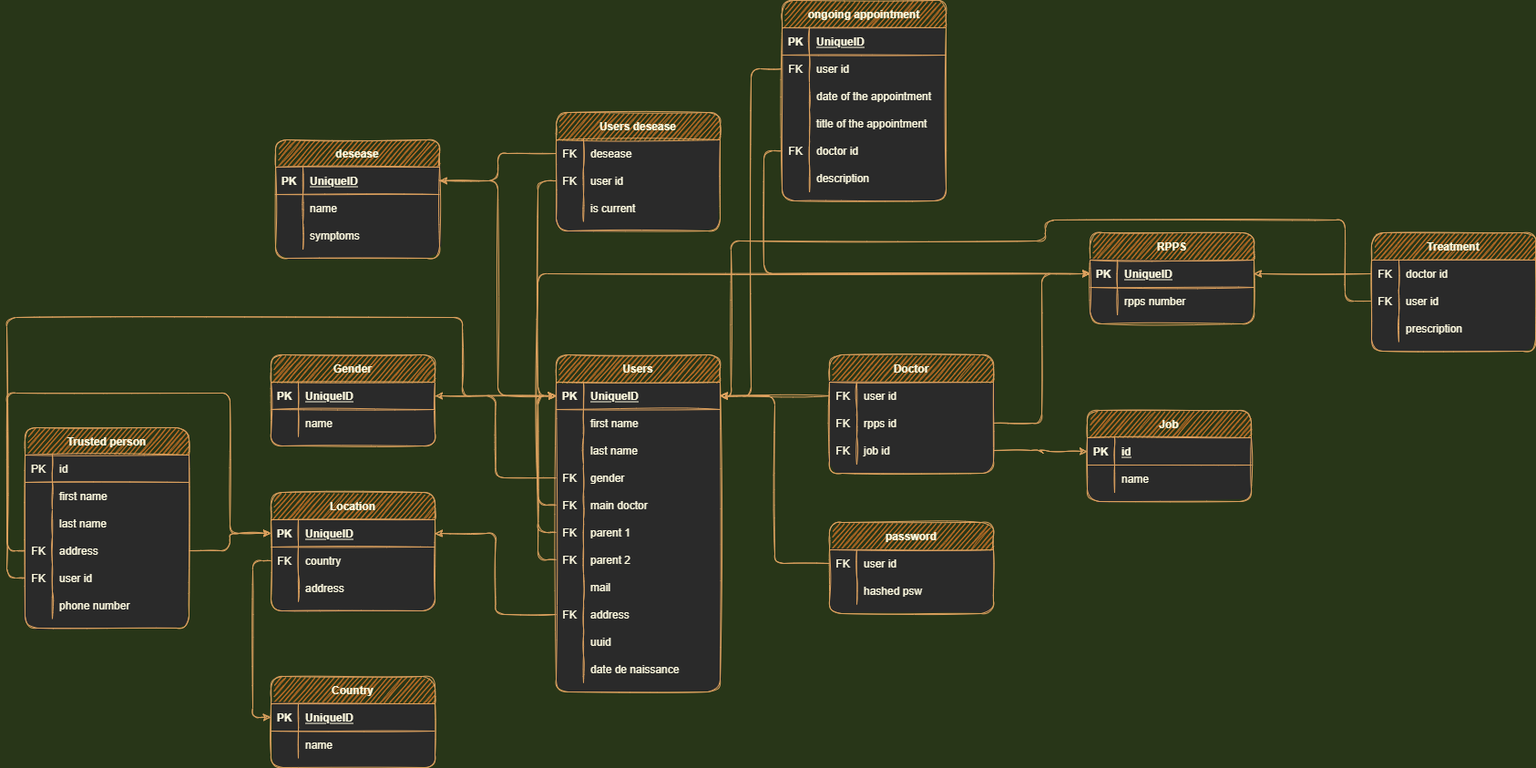
Earlier version of the draw.io export Desktop - 2.png (Redshark61/projet-3). Source tidied: cells renumbered, new cells last; positions are measured from the earlier drawing's top-left corner, leaving out a move shared by most shapes.
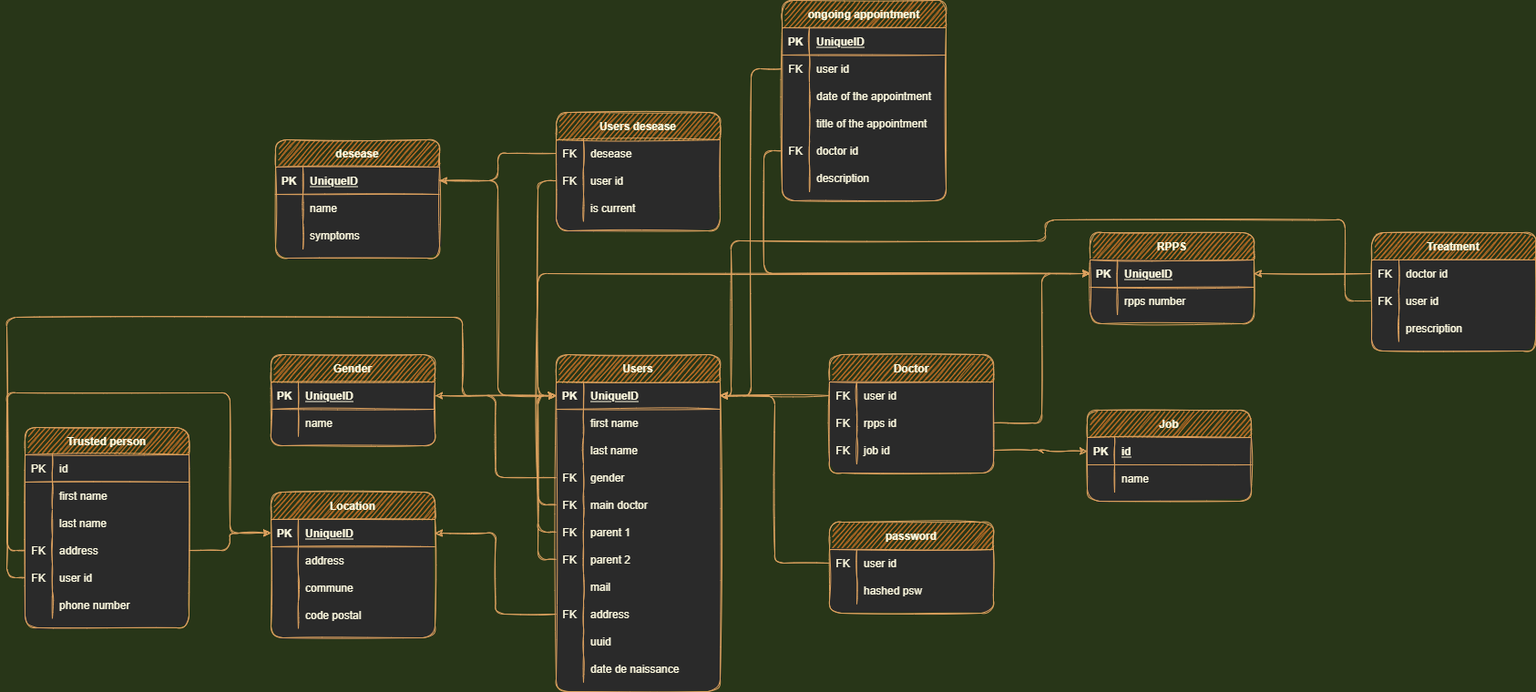
After the change.

What changed in the source:
```diff
@@ -420,7 +420,7 @@
       <mxGeometry relative="1" as="geometry" />
     </mxCell>
     <mxCell id="138" value="Location" style="shape=table;startSize=30;rowLines=0;fontStyle=1;align=center;fillColor=#BC6C25;strokeColor=#DDA15E;fontColor=#FEFAE0;sketch=1;rounded=1;swimlaneFillColor=default;" parent="1" vertex="1">
-      <mxGeometry x="290" y="540" width="180" height="130" as="geometry" />
+      <mxGeometry x="290" y="540" width="180" height="160" as="geometry" />
     </mxCell>
     <mxCell id="139" style="shape=partialRectangle;fillColor=none;top=0;left=0;bottom=1;right=0;points=[[0,0.5],[1,0.5]];portConstraint=eastwest;strokeColor=#DDA15E;fontColor=#FEFAE0;sketch=1;rounded=1;" parent="138" vertex="1">
       <mxGeometry y="30" width="180" height="30" as="geometry" />
@@ -431,17 +431,8 @@
     <mxCell id="141" value="UniqueID" style="shape=partialRectangle;fillColor=none;top=0;left=0;bottom=0;right=0;align=left;spacingLeft=6;fontStyle=5;overflow=hidden;strokeColor=#DDA15E;fontColor=#FEFAE0;sketch=1;rounded=1;" parent="139" vertex="1">
       <mxGeometry x="30" width="150" height="30" as="geometry" />
     </mxCell>
-    <mxCell id="142" style="shape=partialRectangle;fillColor=none;top=0;left=0;bottom=0;right=0;points=[[0,0.5],[1,0.5]];portConstraint=eastwest;strokeColor=#DDA15E;fontColor=#FEFAE0;sketch=1;rounded=1;" parent="138" vertex="1">
-      <mxGeometry y="60" width="180" height="30" as="geometry" />
-    </mxCell>
-    <mxCell id="143" value="FK" style="shape=partialRectangle;fillColor=none;top=0;left=0;bottom=0;right=0;overflow=hidden;strokeColor=#DDA15E;fontColor=#FEFAE0;sketch=1;rounded=1;" parent="142" vertex="1">
-      <mxGeometry width="30" height="30" as="geometry" />
-    </mxCell>
-    <mxCell id="144" value="country" style="shape=partialRectangle;fillColor=none;top=0;left=0;bottom=0;right=0;align=left;spacingLeft=6;overflow=hidden;strokeColor=#DDA15E;fontColor=#FEFAE0;sketch=1;rounded=1;" parent="142" vertex="1">
-      <mxGeometry x="30" width="150" height="30" as="geometry" />
-    </mxCell>
     <mxCell id="145" style="shape=partialRectangle;fillColor=none;top=0;left=0;bottom=0;right=0;strokeColor=#DDA15E;fontColor=#FEFAE0;sketch=1;rounded=1;" parent="138" vertex="1">
-      <mxGeometry y="90" width="180" height="30" as="geometry" />
+      <mxGeometry y="60" width="180" height="30" as="geometry" />
     </mxCell>
     <mxCell id="146" style="shape=partialRectangle;fillColor=none;top=0;left=0;bottom=0;right=0;overflow=hidden;strokeColor=#DDA15E;fontColor=#FEFAE0;sketch=1;rounded=1;" parent="145" vertex="1">
       <mxGeometry width="30" height="30" as="geometry" />
@@ -449,6 +440,24 @@
     <mxCell id="147" value="address" style="shape=partialRectangle;fillColor=none;top=0;left=0;bottom=0;right=0;align=left;spacingLeft=6;overflow=hidden;strokeColor=#DDA15E;fontColor=#FEFAE0;sketch=1;rounded=1;" parent="145" vertex="1">
       <mxGeometry x="30" width="150" height="30" as="geometry" />
     </mxCell>
+    <mxCell id="179" style="shape=partialRectangle;fillColor=none;top=0;left=0;bottom=0;right=0;strokeColor=#DDA15E;fontColor=#FEFAE0;sketch=1;rounded=1;" parent="138" vertex="1">
+      <mxGeometry y="90" width="180" height="30" as="geometry" />
+    </mxCell>
+    <mxCell id="180" style="shape=partialRectangle;fillColor=none;top=0;left=0;bottom=0;right=0;overflow=hidden;strokeColor=#DDA15E;fontColor=#FEFAE0;sketch=1;rounded=1;" parent="179" vertex="1">
+      <mxGeometry width="30" height="30" as="geometry" />
+    </mxCell>
+    <mxCell id="181" value="commune" style="shape=partialRectangle;fillColor=none;top=0;left=0;bottom=0;right=0;align=left;spacingLeft=6;overflow=hidden;strokeColor=#DDA15E;fontColor=#FEFAE0;sketch=1;rounded=1;" parent="179" vertex="1">
+      <mxGeometry x="30" width="150" height="30" as="geometry" />
+    </mxCell>
+    <mxCell id="182" style="shape=partialRectangle;fillColor=none;top=0;left=0;bottom=0;right=0;strokeColor=#DDA15E;fontColor=#FEFAE0;sketch=1;rounded=1;" parent="138" vertex="1">
+      <mxGeometry y="120" width="180" height="30" as="geometry" />
+    </mxCell>
+    <mxCell id="183" style="shape=partialRectangle;fillColor=none;top=0;left=0;bottom=0;right=0;overflow=hidden;strokeColor=#DDA15E;fontColor=#FEFAE0;sketch=1;rounded=1;" parent="182" vertex="1">
+      <mxGeometry width="30" height="30" as="geometry" />
+    </mxCell>
+    <mxCell id="184" value="code postal" style="shape=partialRectangle;fillColor=none;top=0;left=0;bottom=0;right=0;align=left;spacingLeft=6;overflow=hidden;strokeColor=#DDA15E;fontColor=#FEFAE0;sketch=1;rounded=1;" parent="182" vertex="1">
+      <mxGeometry x="30" width="150" height="30" as="geometry" />
+    </mxCell>
     <mxCell id="148" value="Trusted person" style="shape=table;startSize=30;rowLines=0;fontStyle=1;align=center;fillColor=#BC6C25;strokeColor=#DDA15E;fontColor=#FEFAE0;sketch=1;rounded=1;swimlaneFillColor=default;" parent="1" vertex="1">
       <mxGeometry x="20" y="469" width="180" height="219.9" as="geometry" />
     </mxCell>
@@ -506,30 +515,6 @@
     <mxCell id="166" value="phone number" style="shape=partialRectangle;fillColor=none;top=0;left=0;bottom=0;right=0;align=left;spacingLeft=6;overflow=hidden;strokeColor=#DDA15E;fontColor=#FEFAE0;sketch=1;rounded=1;" parent="164" vertex="1">
       <mxGeometry x="30" width="150" height="30" as="geometry" />
     </mxCell>
-    <mxCell id="167" value="Country" style="shape=table;startSize=30;rowLines=0;fontStyle=1;align=center;fillColor=#BC6C25;strokeColor=#DDA15E;fontColor=#FEFAE0;sketch=1;rounded=1;swimlaneFillColor=default;" parent="1" vertex="1">
-      <mxGeometry x="290" y="742" width="180" height="100" as="geometry" />
-    </mxCell>
-    <mxCell id="168" style="shape=partialRectangle;fillColor=none;top=0;left=0;bottom=1;right=0;points=[[0,0.5],[1,0.5]];portConstraint=eastwest;strokeColor=#DDA15E;fontColor=#FEFAE0;sketch=1;rounded=1;" parent="167" vertex="1">
-      <mxGeometry y="30" width="180" height="30" as="geometry" />
-    </mxCell>
-    <mxCell id="169" value="PK" style="shape=partialRectangle;fillColor=none;top=0;left=0;bottom=0;right=0;fontStyle=1;overflow=hidden;strokeColor=#DDA15E;fontColor=#FEFAE0;sketch=1;rounded=1;" parent="168" vertex="1">
-      <mxGeometry width="30" height="30" as="geometry" />
-    </mxCell>
-    <mxCell id="170" value="UniqueID" style="shape=partialRectangle;fillColor=none;top=0;left=0;bottom=0;right=0;align=left;spacingLeft=6;fontStyle=5;overflow=hidden;strokeColor=#DDA15E;fontColor=#FEFAE0;sketch=1;rounded=1;" parent="168" vertex="1">
-      <mxGeometry x="30" width="150" height="30" as="geometry" />
-    </mxCell>
-    <mxCell id="171" style="shape=partialRectangle;fillColor=none;top=0;left=0;bottom=0;right=0;strokeColor=#DDA15E;fontColor=#FEFAE0;sketch=1;rounded=1;" parent="167" vertex="1">
-      <mxGeometry y="60" width="180" height="30" as="geometry" />
-    </mxCell>
-    <mxCell id="172" style="shape=partialRectangle;fillColor=none;top=0;left=0;bottom=0;right=0;overflow=hidden;strokeColor=#DDA15E;fontColor=#FEFAE0;sketch=1;rounded=1;" parent="171" vertex="1">
-      <mxGeometry width="30" height="30" as="geometry" />
-    </mxCell>
-    <mxCell id="173" value="name" style="shape=partialRectangle;fillColor=none;top=0;left=0;bottom=0;right=0;align=left;spacingLeft=6;overflow=hidden;strokeColor=#DDA15E;fontColor=#FEFAE0;sketch=1;rounded=1;" parent="171" vertex="1">
-      <mxGeometry x="30" width="150" height="30" as="geometry" />
-    </mxCell>
-    <mxCell id="174" style="edgeStyle=orthogonalEdgeStyle;rounded=1;jettySize=auto;html=1;exitX=0;exitY=0.5;exitDx=0;exitDy=0;entryX=0;entryY=0.5;entryDx=0;entryDy=0;shadow=0;labelBackgroundColor=#283618;strokeColor=#DDA15E;fontColor=#FEFAE0;sketch=1;" parent="1" edge="1" source="142" target="168">
-      <mxGeometry relative="1" as="geometry" />
-    </mxCell>
     <mxCell id="175" style="edgeStyle=orthogonalEdgeStyle;rounded=1;jettySize=auto;html=1;exitX=0;exitY=0.5;exitDx=0;exitDy=0;entryX=1;entryY=0.5;entryDx=0;entryDy=0;shadow=0;labelBackgroundColor=#283618;strokeColor=#DDA15E;fontColor=#FEFAE0;sketch=1;" parent="1" edge="1" source="36" target="139">
       <mxGeometry relative="1" as="geometry" />
     </mxCell>
```
